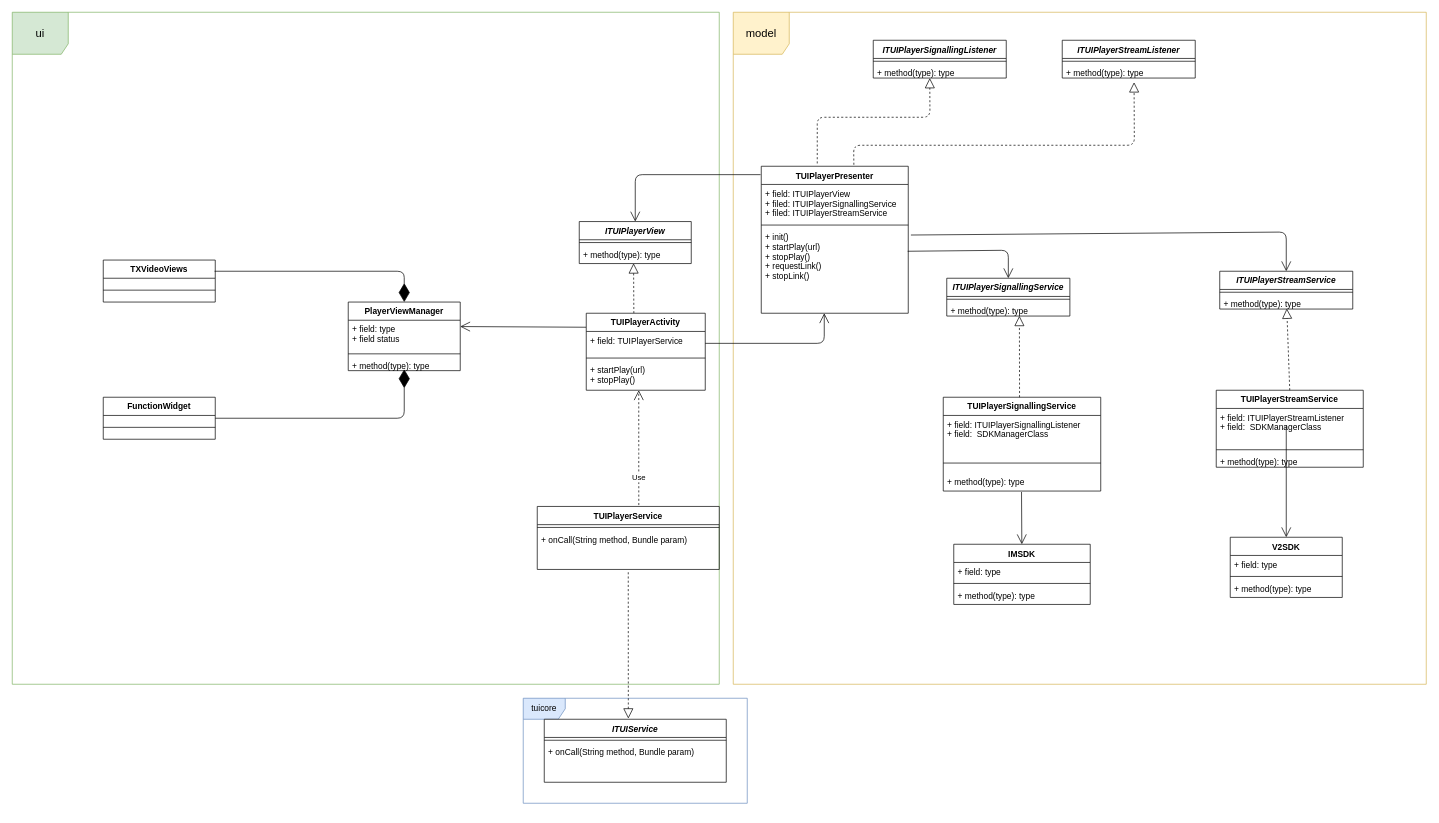
This is diagrams/TUIPlayer.drawio from paopaosecret/resources, a draw.io file, before an edit. Source tidied: cells renumbered, new cells numbered last; positions are measured from the earlier drawing's top-left corner, leaving out a move shared by most shapes. Both pictures are drawn from the tidied source at 70%, with x=0, y=0 at pixel (12, 12).
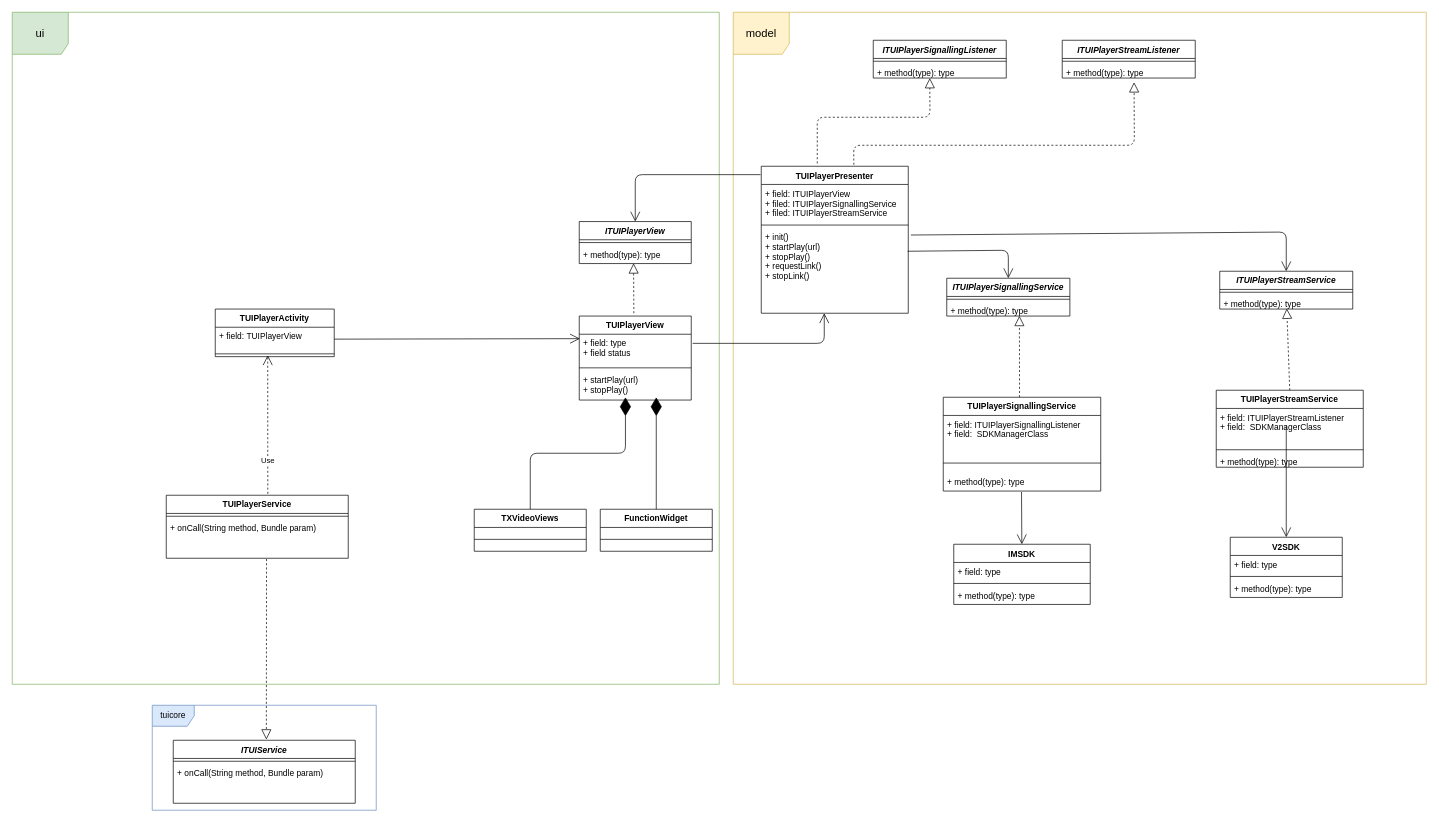
The same diagram, later.

The change refers to these unchanged cells:
```xml
<mxCell id="62" style="line;strokeWidth=1;fillColor=none;align=left;verticalAlign=middle;spacingTop=-1;spacingLeft=3;spacingRight=3;labelPosition=right;points=[];portConstraint=eastwest;" parent="60" vertex="1">
  <mxGeometry y="60" width="170" height="8" as="geometry" />
</mxCell>
<mxCell id="68" value="+ onCall(String method, Bundle param)" style="text;strokeColor=none;fillColor=none;align=left;verticalAlign=top;spacingLeft=4;spacingRight=4;overflow=hidden;points=[[0,0.5],[1,0.5]];portConstraint=eastwest;" parent="66" vertex="1">
  <mxGeometry y="34" width="260" height="56" as="geometry" />
</mxCell>
```

Diff of the diagram source:
```diff
@@
-    <mxCell id="18" style="endArrow=open;endFill=1;endSize=12;html=1;exitX=1;exitY=0.5;exitDx=0;exitDy=0;" parent="1" edge="1" source="61">
+    <mxCell id="18" style="endArrow=open;endFill=1;endSize=12;html=1;" parent="1" edge="1">
       <mxGeometry relative="1" as="geometry">
+        <mxPoint x="972" y="473" as="sourcePoint" />
         <mxPoint x="1160" y="430" as="targetPoint" />
         <Array as="points">
           <mxPoint x="1160" y="473" />
         </Array>
       </mxGeometry>
     </mxCell>
@@
-    <mxCell id="50" value="PlayerViewManager" style="swimlane;fontStyle=1;align=center;verticalAlign=top;horizontal=1;startSize=26;" parent="1" vertex="1">
-      <mxGeometry x="480" y="414" width="160" height="98" as="geometry" />
-    </mxCell>
-    <mxCell id="51" value="+ field: type&#10;+ field status" style="text;strokeColor=none;fillColor=none;align=left;verticalAlign=top;spacingLeft=4;spacingRight=4;overflow=hidden;points=[[0,0.5],[1,0.5]];portConstraint=eastwest;" parent="50" vertex="1">
-      <mxGeometry y="26" width="160" height="44" as="geometry" />
-    </mxCell>
-    <mxCell id="52" style="line;strokeWidth=1;fillColor=none;align=left;verticalAlign=middle;spacingTop=-1;spacingLeft=3;spacingRight=3;labelPosition=right;" parent="50" vertex="1">
-      <mxGeometry y="70" width="160" height="8" as="geometry" />
-    </mxCell>
-    <mxCell id="53" value="+ method(type): type" style="text;strokeColor=none;fillColor=none;align=left;verticalAlign=top;spacingLeft=4;spacingRight=4;overflow=hidden;" parent="50" vertex="1">
-      <mxGeometry y="78" width="160" height="20" as="geometry" />
-    </mxCell>
-    <mxCell id="54" style="endArrow=open;endFill=1;endSize=12;html=1;exitX=0;exitY=0.25;exitDx=0;exitDy=0;" parent="1" edge="1">
-      <mxGeometry relative="1" as="geometry">
-        <mxPoint x="820" y="450" as="sourcePoint" />
-        <mxPoint x="640" y="449" as="targetPoint" />
-      </mxGeometry>
+    <mxCell id="54" style="endArrow=open;endFill=1;endSize=12;html=1;exitX=1;exitY=0.5;exitDx=0;exitDy=0;entryX=0.006;entryY=0.143;entryDx=0;entryDy=0;entryPerimeter=0;" parent="1" edge="1" source="61" target="51">
+      <mxGeometry relative="1" as="geometry" />
     </mxCell>
     <mxCell id="55" value="TXVideoViews" style="swimlane;fontStyle=1;align=center;verticalAlign=top;horizontal=1;startSize=26;" parent="1" vertex="1">
-      <mxGeometry x="130" y="354" width="160" height="60" as="geometry" />
+      <mxGeometry x="660" y="710" width="160" height="60" as="geometry" />
     </mxCell>
@@
-    <mxCell id="57" style="endArrow=diamondThin;endFill=1;endSize=24;html=1;entryX=0.5;entryY=0;entryDx=0;entryDy=0;" parent="1" edge="1" target="50">
+    <mxCell id="57" style="endArrow=diamondThin;endFill=1;endSize=24;html=1;exitX=0.5;exitY=0;exitDx=0;exitDy=0;" parent="1" edge="1" source="55">
       <mxGeometry relative="1" as="geometry">
-        <mxPoint x="289" y="370" as="sourcePoint" />
+        <mxPoint x="876" y="550" as="targetPoint" />
         <Array as="points">
-          <mxPoint x="560" y="370" />
+          <mxPoint x="740" y="630" />
+          <mxPoint x="876" y="630" />
         </Array>
       </mxGeometry>
     </mxCell>
     <mxCell id="58" value="FunctionWidget" style="swimlane;fontStyle=1;align=center;verticalAlign=top;horizontal=1;startSize=26;" parent="1" vertex="1">
-      <mxGeometry x="130" y="550" width="160" height="60" as="geometry" />
+      <mxGeometry x="840" y="710" width="160" height="60" as="geometry" />
     </mxCell>
@@
     <mxCell id="60" value="TUIPlayerActivity" style="swimlane;fontStyle=1;align=center;verticalAlign=top;horizontal=1;startSize=26;" parent="1" vertex="1">
-      <mxGeometry x="820" y="430" width="170" height="110" as="geometry" />
+      <mxGeometry x="290" y="424" width="170" height="68" as="geometry" />
     </mxCell>
-    <mxCell id="61" value="+ field: TUIPlayerService" style="text;strokeColor=none;fillColor=none;align=left;verticalAlign=top;spacingLeft=4;spacingRight=4;overflow=hidden;points=[[0,0.5],[1,0.5]];portConstraint=eastwest;" parent="60" vertex="1">
+    <mxCell id="61" value="+ field: TUIPlayerView" style="text;strokeColor=none;fillColor=none;align=left;verticalAlign=top;spacingLeft=4;spacingRight=4;overflow=hidden;points=[[0,0.5],[1,0.5]];portConstraint=eastwest;" parent="60" vertex="1">
       <mxGeometry y="26" width="170" height="34" as="geometry" />
     </mxCell>
@@
-    <mxCell id="63" value="+ startPlay(url)&#10;+ stopPlay()" style="text;strokeColor=none;fillColor=none;align=left;verticalAlign=top;spacingLeft=4;spacingRight=4;overflow=hidden;" parent="60" vertex="1">
-      <mxGeometry y="68" width="170" height="42" as="geometry" />
-    </mxCell>
-    <mxCell id="64" style="endArrow=diamondThin;endFill=1;endSize=24;html=1;exitX=1;exitY=0.5;exitDx=0;exitDy=0;" parent="1" edge="1" source="58">
+    <mxCell id="64" style="endArrow=diamondThin;endFill=1;endSize=24;html=1;exitX=0.5;exitY=0;exitDx=0;exitDy=0;" parent="1" edge="1" source="58">
       <mxGeometry relative="1" as="geometry">
-        <mxPoint x="560" y="510" as="targetPoint" />
-        <Array as="points">
-          <mxPoint x="560" y="580" />
-        </Array>
+        <mxPoint x="920" y="550" as="targetPoint" />
       </mxGeometry>
     </mxCell>
     <mxCell id="65" value="tuicore" style="shape=umlFrame;whiteSpace=wrap;html=1;fillColor=#dae8fc;strokeColor=#6c8ebf;" parent="1" vertex="1">
-      <mxGeometry x="730" y="980" width="320" height="150" as="geometry" />
+      <mxGeometry x="200" y="990" width="320" height="150" as="geometry" />
     </mxCell>
     <mxCell id="66" value="TUIPlayerService" style="swimlane;fontStyle=1;align=center;verticalAlign=top;horizontal=1;startSize=26;" parent="1" vertex="1">
-      <mxGeometry x="750" y="706" width="260" height="90" as="geometry" />
+      <mxGeometry x="220" y="690" width="260" height="90" as="geometry" />
     </mxCell>
@@
-    <mxCell id="69" value="Use" style="endArrow=open;endSize=12;dashed=1;html=1;entryX=0.5;entryY=1.049;entryDx=0;entryDy=0;entryPerimeter=0;exitX=0.558;exitY=-0.022;exitDx=0;exitDy=0;exitPerimeter=0;" parent="1" edge="1" source="66">
+    <mxCell id="69" value="Use" style="endArrow=open;endSize=12;dashed=1;html=1;entryX=0.441;entryY=0.75;entryDx=0;entryDy=0;entryPerimeter=0;exitX=0.558;exitY=-0.022;exitDx=0;exitDy=0;exitPerimeter=0;" parent="1" edge="1" source="66" target="62">
       <mxGeometry x="-0.53" relative="1" as="geometry">
-        <mxPoint x="895" y="540" as="targetPoint" />
         <Array as="points">
-          <mxPoint x="895" y="626" />
+          <mxPoint x="365" y="610" />
         </Array>
       </mxGeometry>
     </mxCell>
-    <mxCell id="70" style="endArrow=block;dashed=1;endFill=0;endSize=12;html=1;entryX=0.462;entryY=-0.011;entryDx=0;entryDy=0;entryPerimeter=0;" parent="1" edge="1" target="71">
+    <mxCell id="70" style="endArrow=block;dashed=1;endFill=0;endSize=12;html=1;exitX=0.551;exitY=1.019;exitDx=0;exitDy=0;exitPerimeter=0;" parent="1" edge="1" source="68">
       <mxGeometry relative="1" as="geometry">
-        <mxPoint x="880" y="800" as="sourcePoint" />
+        <mxPoint x="363" y="1039" as="targetPoint" />
       </mxGeometry>
     </mxCell>
     <mxCell id="71" value="ITUIService" style="swimlane;fontStyle=3;align=center;verticalAlign=top;horizontal=1;startSize=26;" parent="1" vertex="1">
-      <mxGeometry x="760" y="1010" width="260" height="90" as="geometry" />
+      <mxGeometry x="230" y="1040" width="260" height="90" as="geometry" />
     </mxCell>
@@
+    <mxCell id="74" value="TUIPlayerView" style="swimlane;fontStyle=1;align=center;verticalAlign=top;horizontal=1;startSize=26;" parent="1" vertex="1">
+      <mxGeometry x="810" y="434" width="160" height="120" as="geometry" />
+    </mxCell>
+    <mxCell id="51" value="+ field: type&#10;+ field status" style="text;strokeColor=none;fillColor=none;align=left;verticalAlign=top;spacingLeft=4;spacingRight=4;overflow=hidden;points=[[0,0.5],[1,0.5]];portConstraint=eastwest;" parent="74" vertex="1">
+      <mxGeometry y="26" width="160" height="44" as="geometry" />
+    </mxCell>
+    <mxCell id="52" style="line;strokeWidth=1;fillColor=none;align=left;verticalAlign=middle;spacingTop=-1;spacingLeft=3;spacingRight=3;labelPosition=right;" parent="74" vertex="1">
+      <mxGeometry y="70" width="160" height="8" as="geometry" />
+    </mxCell>
+    <mxCell id="63" value="+ startPlay(url)&#10;+ stopPlay()" style="text;strokeColor=none;fillColor=none;align=left;verticalAlign=top;spacingLeft=4;spacingRight=4;overflow=hidden;" parent="74" vertex="1">
+      <mxGeometry y="78" width="160" height="42" as="geometry" />
+    </mxCell>
```
